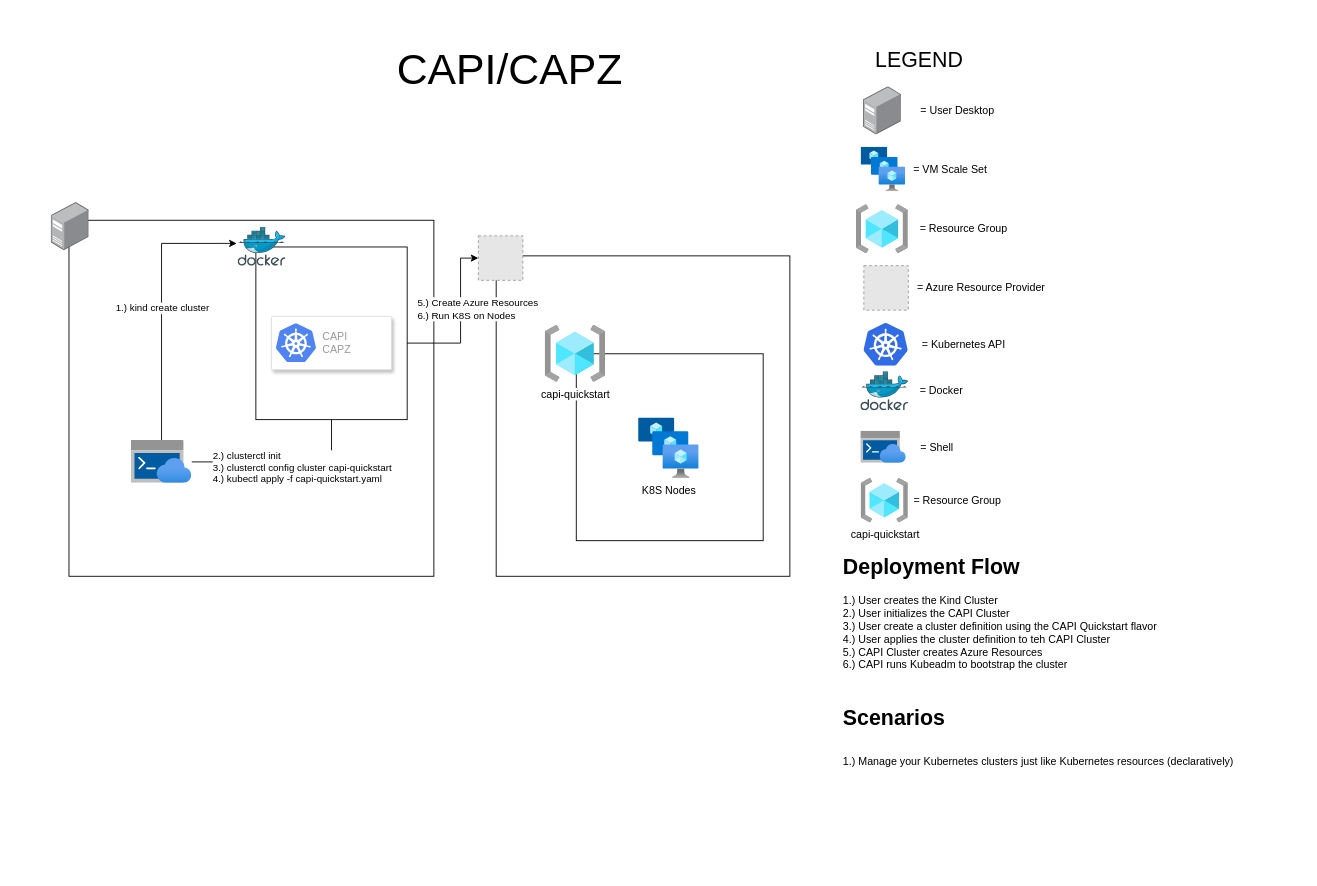
lastcoolnameleft/architecture-examples keeps this draw.io diagram as capi-capz/architecture.drawio. Above is the earlier version. Source tidied: cells renumbered, new cells numbered last; positions are measured from the earlier drawing's top-left corner, leaving out a move shared by most shapes. Both pictures are drawn from the tidied source at 89%, with x=0, y=0 at pixel (51, 51). Pictures stored in the file or linked from it are replaced by grey dashed boxes.
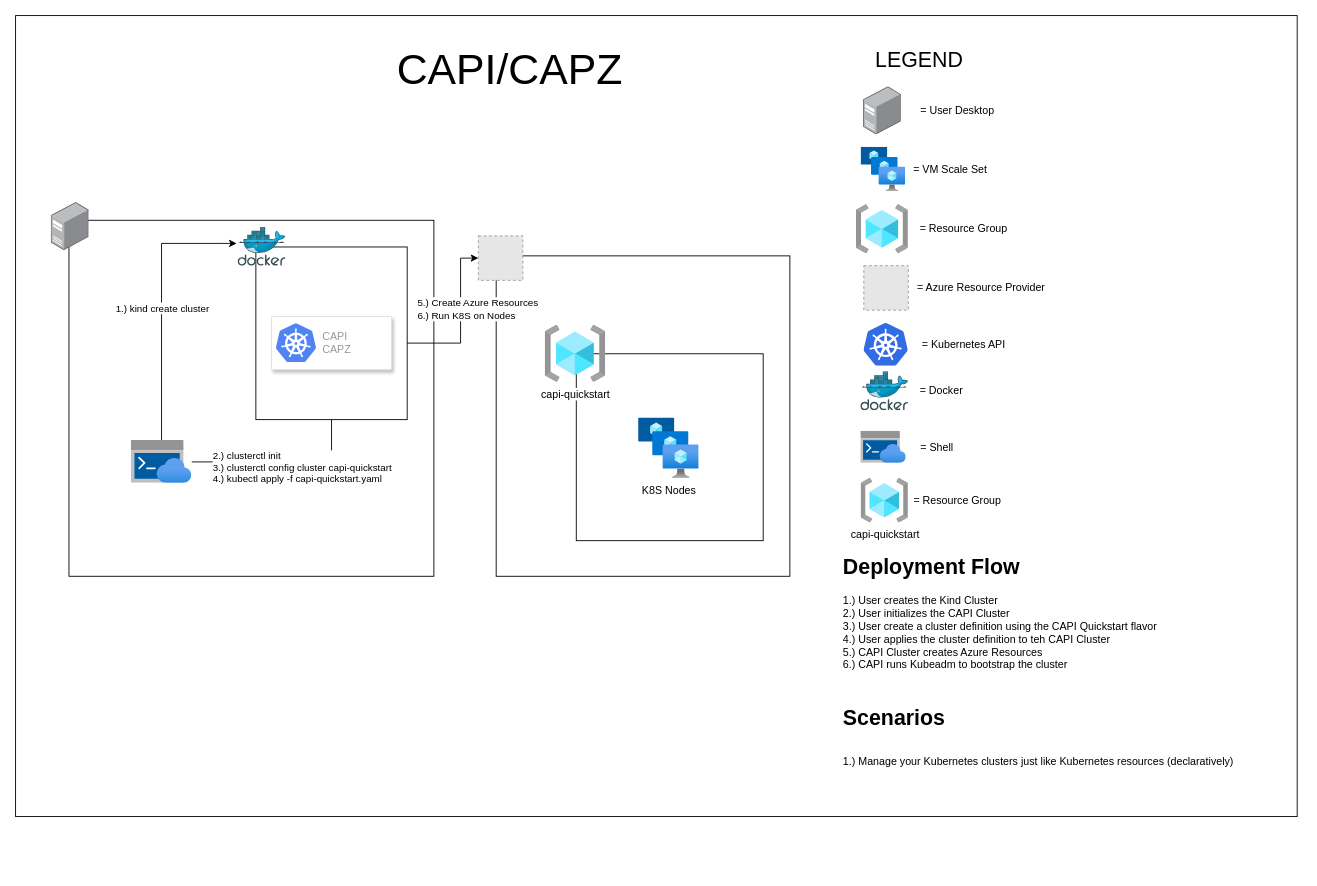
After the change.

Diff of the diagram source:
```diff
@@
+    <mxCell id="40" style="rounded=0;whiteSpace=wrap;html=1;" parent="1" vertex="1">
+      <mxGeometry x="-40" y="-40" width="1440" height="900" as="geometry" />
+    </mxCell>
```
